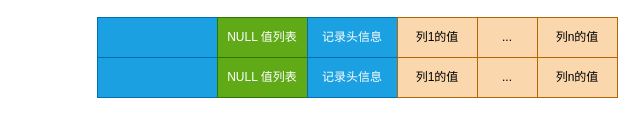
This is page "记录格式案例" (5 of 6) of mysql/MySQL客户端请求服务端.drawio from josek43326/draw.io, a draw.io file, before an edit. Source tidied: cells renumbered, new cells numbered last; positions are measured from the earlier drawing's top-left corner, leaving out a move shared by most shapes. Both pictures are drawn from the tidied source at 100%, with x=0, y=0 at pixel (97, 17).
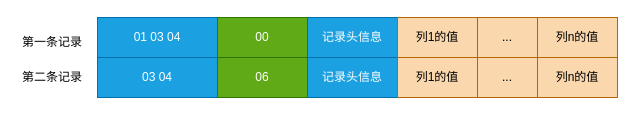
The same diagram, later.

Commit message:
记录格式案例.drawio

Diff of the diagram source:
```diff
@@
 <mxGraphModel>
   <root>
     <mxCell id="0" />
     <mxCell id="1" parent="0" />
-    <mxCell id="2" style="rounded=0;whiteSpace=wrap;html=1;fillColor=#1ba1e2;strokeColor=#006EAF;fontColor=#ffffff;" parent="1" vertex="1">
+    <mxCell id="2" value="01 03 04" style="rounded=0;whiteSpace=wrap;html=1;fillColor=#1ba1e2;strokeColor=#006EAF;fontColor=#ffffff;" parent="1" vertex="1">
       <mxGeometry width="120" height="40" as="geometry" />
     </mxCell>
-    <mxCell id="3" value="NULL 值列表" style="rounded=0;whiteSpace=wrap;html=1;fillColor=#60a917;fontColor=#ffffff;strokeColor=#2D7600;" parent="1" vertex="1">
+    <mxCell id="3" value="00" style="rounded=0;whiteSpace=wrap;html=1;fillColor=#60a917;fontColor=#ffffff;strokeColor=#2D7600;" parent="1" vertex="1">
       <mxGeometry x="120" width="90" height="40" as="geometry" />
     </mxCell>
     <mxCell id="4" value="记录头信息" style="rounded=0;whiteSpace=wrap;html=1;fillColor=#1ba1e2;strokeColor=#006EAF;fontColor=#ffffff;" parent="1" vertex="1">
       <mxGeometry x="210" width="90" height="40" as="geometry" />
     </mxCell>
     <mxCell id="5" value="列1的值" style="rounded=0;whiteSpace=wrap;html=1;fillColor=#fad7ac;strokeColor=#b46504;" parent="1" vertex="1">
       <mxGeometry x="300" width="80" height="40" as="geometry" />
     </mxCell>
     <mxCell id="6" value="..." style="rounded=0;whiteSpace=wrap;html=1;fillColor=#fad7ac;strokeColor=#b46504;" parent="1" vertex="1">
       <mxGeometry x="380" width="60" height="40" as="geometry" />
     </mxCell>
     <mxCell id="7" value="列n的值" style="rounded=0;whiteSpace=wrap;html=1;fillColor=#fad7ac;strokeColor=#b46504;" parent="1" vertex="1">
       <mxGeometry x="440" width="80" height="40" as="geometry" />
     </mxCell>
-    <mxCell id="8" style="rounded=0;whiteSpace=wrap;html=1;fillColor=#1ba1e2;strokeColor=#006EAF;fontColor=#ffffff;" parent="1" vertex="1">
+    <mxCell id="8" value="03 04" style="rounded=0;whiteSpace=wrap;html=1;fillColor=#1ba1e2;strokeColor=#006EAF;fontColor=#ffffff;" parent="1" vertex="1">
       <mxGeometry y="40" width="120" height="40" as="geometry" />
     </mxCell>
-    <mxCell id="9" value="NULL 值列表" style="rounded=0;whiteSpace=wrap;html=1;fillColor=#60a917;fontColor=#ffffff;strokeColor=#2D7600;" parent="1" vertex="1">
+    <mxCell id="9" value="06" style="rounded=0;whiteSpace=wrap;html=1;fillColor=#60a917;fontColor=#ffffff;strokeColor=#2D7600;" parent="1" vertex="1">
       <mxGeometry x="120" y="40" width="90" height="40" as="geometry" />
     </mxCell>
     <mxCell id="10" value="记录头信息" style="rounded=0;whiteSpace=wrap;html=1;fillColor=#1ba1e2;strokeColor=#006EAF;fontColor=#ffffff;" parent="1" vertex="1">
       <mxGeometry x="210" y="40" width="90" height="40" as="geometry" />
     </mxCell>
     <mxCell id="11" value="列1的值" style="rounded=0;whiteSpace=wrap;html=1;fillColor=#fad7ac;strokeColor=#b46504;" parent="1" vertex="1">
       <mxGeometry x="300" y="40" width="80" height="40" as="geometry" />
     </mxCell>
     <mxCell id="12" value="..." style="rounded=0;whiteSpace=wrap;html=1;fillColor=#fad7ac;strokeColor=#b46504;" parent="1" vertex="1">
       <mxGeometry x="380" y="40" width="60" height="40" as="geometry" />
     </mxCell>
     <mxCell id="13" value="列n的值" style="rounded=0;whiteSpace=wrap;html=1;fillColor=#fad7ac;strokeColor=#b46504;" parent="1" vertex="1">
       <mxGeometry x="440" y="40" width="80" height="40" as="geometry" />
     </mxCell>
+    <mxCell id="14" value="第一条记录" style="text;html=1;strokeColor=none;fillColor=none;align=center;verticalAlign=middle;whiteSpace=wrap;rounded=0;" parent="1" vertex="1">
+      <mxGeometry x="-80" y="10" width="70" height="30" as="geometry" />
+    </mxCell>
+    <mxCell id="15" value="第二条记录" style="text;html=1;strokeColor=none;fillColor=none;align=center;verticalAlign=middle;whiteSpace=wrap;rounded=0;" parent="1" vertex="1">
+      <mxGeometry x="-80" y="45" width="70" height="30" as="geometry" />
+    </mxCell>
   </root>
 </mxGraphModel>
```
